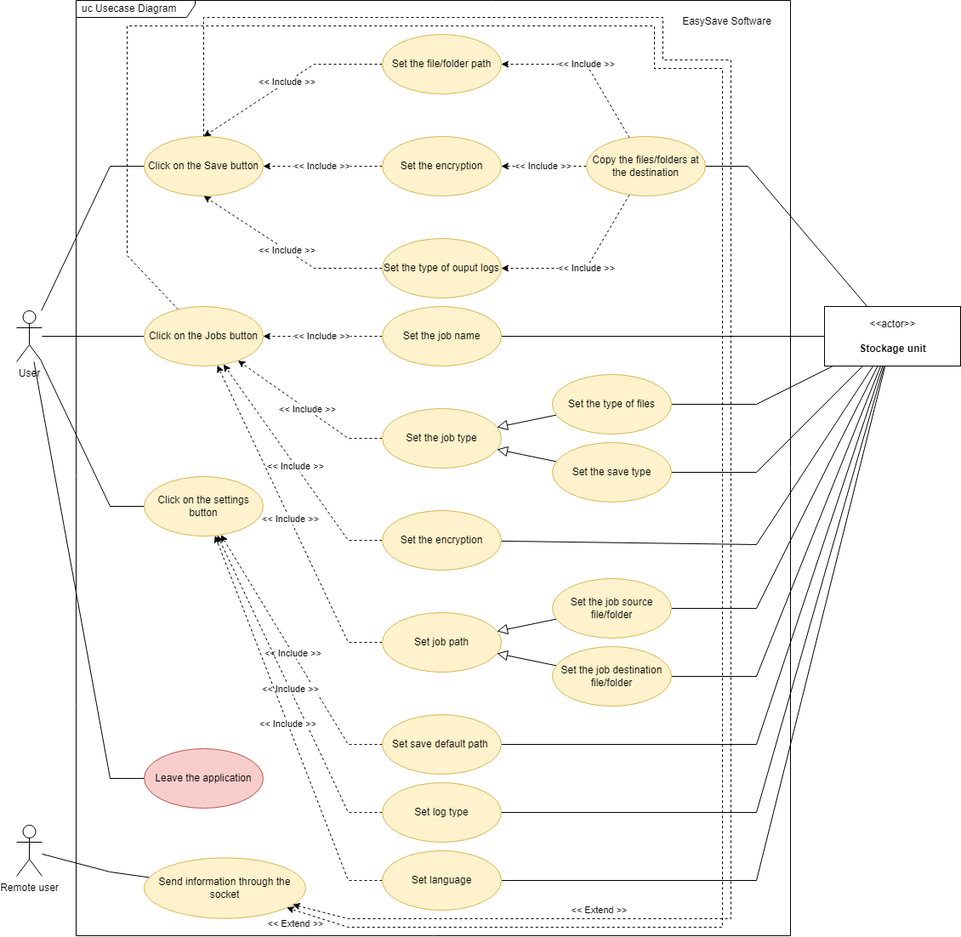
The draw.io diagram CDC/3.0/usecase_diagram.png in Atineon/easysave_production, before a commit. Source tidied: cells renumbered, new cells last; positions are measured from the earlier drawing's top-left corner, leaving out a move shared by most shapes.
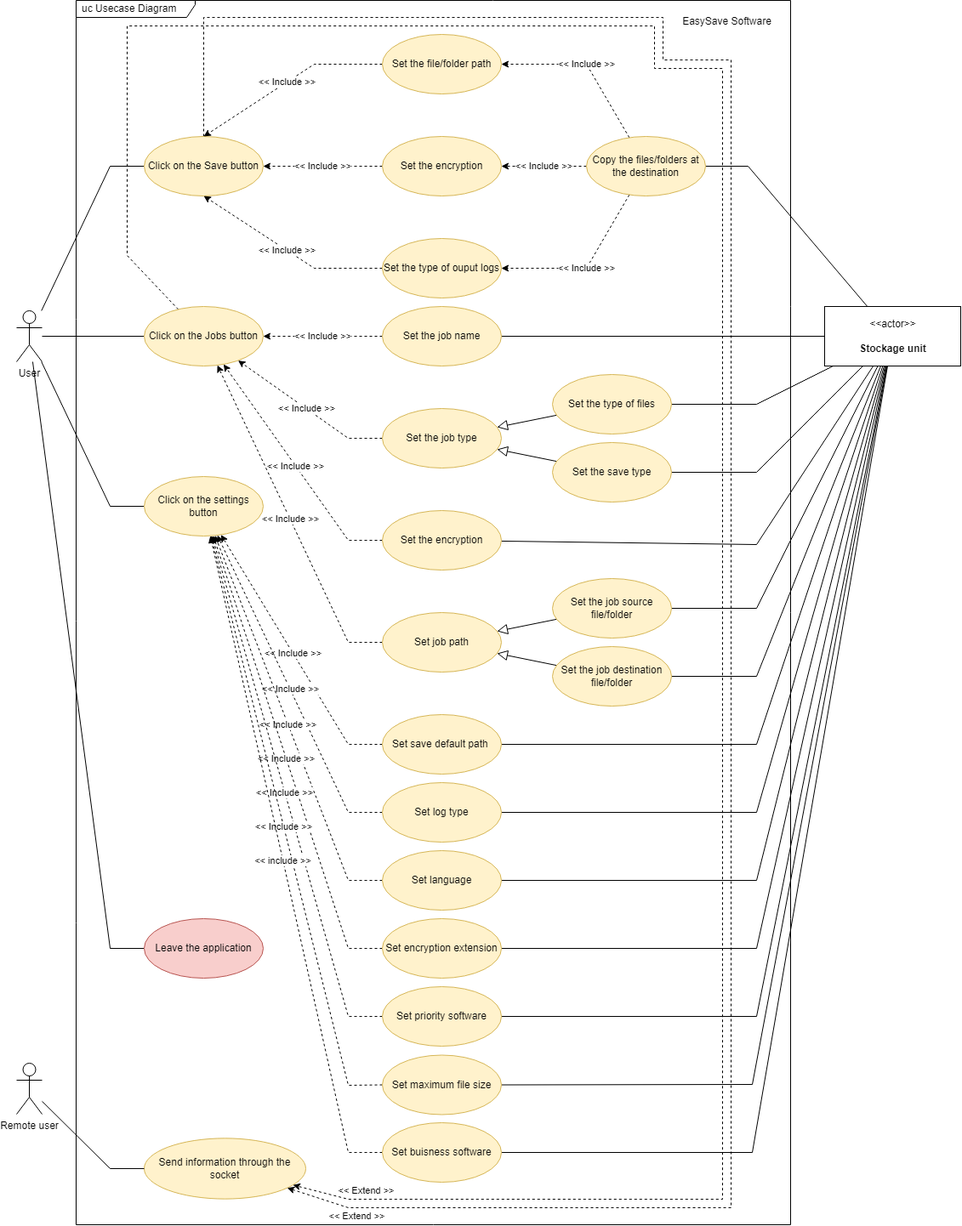
After the change.

What changed in the source:
```diff
@@ -3,16 +3,16 @@
     <mxCell id="0" />
     <mxCell id="1" parent="0" />
     <mxCell id="2" style="group;" parent="1" vertex="1">
-      <mxGeometry x="70" width="840" height="1100" as="geometry" />
+      <mxGeometry x="70" width="840" height="1440" as="geometry" />
     </mxCell>
     <mxCell id="3" value="uc Usecase Diagram" style="shape=umlFrame;whiteSpace=wrap;html=1;width=140;height=20;boundedLbl=1;verticalAlign=middle;align=left;spacingLeft=5;gradientColor=none;swimlaneFillColor=default;" parent="2" vertex="1">
-      <mxGeometry width="840" height="1100" as="geometry" />
+      <mxGeometry width="840" height="1440" as="geometry" />
     </mxCell>
     <mxCell id="4" value="EasySave Software" style="text;html=1;align=center;verticalAlign=middle;strokeColor=none;fillColor=none;" parent="2" vertex="1">
       <mxGeometry x="700" y="10.2" width="130" height="30" as="geometry" />
     </mxCell>
     <mxCell id="5" value="Send information through the socket" style="ellipse;whiteSpace=wrap;html=1;strokeColor=#d6b656;fillColor=#fff2cc;" parent="2" vertex="1">
-      <mxGeometry x="80" y="1008.3" width="190" height="71.3" as="geometry" />
+      <mxGeometry x="80" y="1338.3" width="190" height="71.3" as="geometry" />
     </mxCell>
     <mxCell id="6" style="edgeStyle=none;rounded=0;jettySize=auto;html=1;entryX=0;entryY=0.5;entryDx=0;entryDy=0;endArrow=none;endFill=0;" parent="1" edge="1" source="10" target="12">
       <mxGeometry relative="1" as="geometry">
@@ -34,7 +34,7 @@
     <mxCell id="9" style="edgeStyle=none;rounded=0;jettySize=auto;html=1;entryX=0;entryY=0.5;entryDx=0;entryDy=0;endArrow=none;endFill=0;" parent="1" edge="1" source="10" target="24">
       <mxGeometry relative="1" as="geometry">
         <Array as="points">
-          <mxPoint x="110" y="915" />
+          <mxPoint x="110" y="1115" />
         </Array>
       </mxGeometry>
     </mxCell>
@@ -42,14 +42,14 @@
       <mxGeometry y="365" width="30" height="60" as="geometry" />
     </mxCell>
     <mxCell id="11" value="&amp;lt;&amp;lt; Extend &amp;gt;&amp;gt;" style="edgeStyle=none;rounded=0;jettySize=auto;html=1;dashed=1;endArrow=classic;endFill=1;" parent="1" edge="1" source="12" target="5">
-      <mxGeometry x="0.99" y="21" relative="1" as="geometry">
+      <mxGeometry x="0.94" y="10" relative="1" as="geometry">
         <Array as="points">
           <mxPoint x="220" y="20" />
           <mxPoint x="760" y="20" />
           <mxPoint x="760" y="70" />
           <mxPoint x="840" y="70" />
-          <mxPoint x="840" y="1080" />
-          <mxPoint x="390" y="1080" />
+          <mxPoint x="840" y="1420" />
+          <mxPoint x="390" y="1420" />
         </Array>
       </mxGeometry>
     </mxCell>
@@ -122,21 +122,21 @@
       </mxGeometry>
     </mxCell>
     <mxCell id="24" value="Leave the application" style="ellipse;whiteSpace=wrap;html=1;strokeColor=#b85450;fillColor=#f8cecc;" parent="1" vertex="1">
-      <mxGeometry x="150" y="880" width="140" height="70" as="geometry" />
+      <mxGeometry x="150" y="1080" width="140" height="70" as="geometry" />
     </mxCell>
     <mxCell id="25" value="Click on the settings button" style="ellipse;whiteSpace=wrap;html=1;strokeColor=#d6b656;fillColor=#fff2cc;" parent="1" vertex="1">
       <mxGeometry x="150" y="560" width="140" height="70" as="geometry" />
     </mxCell>
     <mxCell id="26" value="&amp;lt;&amp;lt; Extend &amp;gt;&amp;gt;" style="edgeStyle=none;rounded=0;jettySize=auto;html=1;dashed=1;endArrow=classic;endFill=1;" parent="1" edge="1" source="27" target="5">
-      <mxGeometry x="0.72" y="-20" relative="1" as="geometry">
+      <mxGeometry x="0.94" y="-10" relative="1" as="geometry">
         <Array as="points">
           <mxPoint x="130" y="300" />
           <mxPoint x="130" y="30" />
           <mxPoint x="750" y="30" />
           <mxPoint x="750" y="80" />
           <mxPoint x="830" y="80" />
-          <mxPoint x="830" y="1090" />
-          <mxPoint x="390" y="1090" />
+          <mxPoint x="830" y="1410" />
+          <mxPoint x="390" y="1410" />
         </Array>
       </mxGeometry>
     </mxCell>
@@ -286,12 +286,80 @@
     <mxCell id="60" style="rounded=0;jettySize=auto;html=1;endArrow=none;endFill=0;" parent="1" edge="1" source="61" target="5">
       <mxGeometry relative="1" as="geometry">
         <Array as="points">
-          <mxPoint x="110" y="1025" />
+          <mxPoint x="110" y="1374" />
         </Array>
       </mxGeometry>
     </mxCell>
     <mxCell id="61" value="Remote user" style="shape=umlActor;verticalLabelPosition=bottom;verticalAlign=top;html=1;" parent="1" vertex="1">
-      <mxGeometry y="970" width="30" height="60" as="geometry" />
+      <mxGeometry y="1250" width="30" height="60" as="geometry" />
     </mxCell>
+    <mxCell id="62" value="&amp;lt;&amp;lt; Include &amp;gt;&amp;gt;" style="edgeStyle=none;rounded=0;jettySize=auto;html=1;dashed=1;" parent="1" edge="1" source="64" target="25">
+      <mxGeometry relative="1" as="geometry">
+        <Array as="points">
+          <mxPoint x="390" y="1115" />
+        </Array>
+      </mxGeometry>
+    </mxCell>
+    <mxCell id="63" style="edgeStyle=none;rounded=0;jettySize=auto;html=1;endArrow=none;endFill=0;" parent="1" edge="1" source="64" target="20">
+      <mxGeometry relative="1" as="geometry">
+        <Array as="points">
+          <mxPoint x="870" y="1115" />
+        </Array>
+      </mxGeometry>
+    </mxCell>
+    <mxCell id="64" value="Set encryption extension" style="ellipse;whiteSpace=wrap;html=1;strokeColor=#d6b656;fillColor=#fff2cc;" parent="1" vertex="1">
+      <mxGeometry x="430" y="1080" width="140" height="70" as="geometry" />
+    </mxCell>
+    <mxCell id="65" value="&amp;lt;&amp;lt; Include &amp;gt;&amp;gt;" style="edgeStyle=none;rounded=0;jettySize=auto;html=1;dashed=1;" parent="1" edge="1" source="67" target="25">
+      <mxGeometry relative="1" as="geometry">
+        <Array as="points">
+          <mxPoint x="390" y="1195" />
+        </Array>
+      </mxGeometry>
+    </mxCell>
+    <mxCell id="66" style="edgeStyle=none;rounded=0;jettySize=auto;html=1;endArrow=none;endFill=0;" parent="1" edge="1" source="67" target="20">
+      <mxGeometry relative="1" as="geometry">
+        <Array as="points">
+          <mxPoint x="870" y="1195" />
+        </Array>
+      </mxGeometry>
+    </mxCell>
+    <mxCell id="67" value="Set priority software" style="ellipse;whiteSpace=wrap;html=1;strokeColor=#d6b656;fillColor=#fff2cc;" parent="1" vertex="1">
+      <mxGeometry x="430" y="1160" width="140" height="70" as="geometry" />
+    </mxCell>
+    <mxCell id="68" value="&amp;lt;&amp;lt; Include &amp;gt;&amp;gt;" style="edgeStyle=none;rounded=0;jettySize=auto;html=1;dashed=1;" parent="1" edge="1" source="70" target="25">
+      <mxGeometry relative="1" as="geometry">
+        <Array as="points">
+          <mxPoint x="390" y="1276" />
+        </Array>
+      </mxGeometry>
+    </mxCell>
+    <mxCell id="69" style="edgeStyle=none;rounded=0;jettySize=auto;html=1;endArrow=none;endFill=0;" parent="1" edge="1" source="70" target="20">
+      <mxGeometry relative="1" as="geometry">
+        <Array as="points">
+          <mxPoint x="865" y="1275" />
+        </Array>
+      </mxGeometry>
+    </mxCell>
+    <mxCell id="70" value="Set maximum file size" style="ellipse;whiteSpace=wrap;html=1;strokeColor=#d6b656;fillColor=#fff2cc;" parent="1" vertex="1">
+      <mxGeometry x="430" y="1240.5" width="140" height="70" as="geometry" />
+    </mxCell>
+    <mxCell id="71" value="&amp;lt;&amp;lt; include &amp;gt;&amp;gt;" style="edgeStyle=none;rounded=0;jettySize=auto;html=1;dashed=1;" parent="1" edge="1" source="73" target="25">
+      <mxGeometry relative="1" as="geometry">
+        <Array as="points">
+          <mxPoint x="390" y="1355" />
+        </Array>
+      </mxGeometry>
+    </mxCell>
+    <mxCell id="72" style="edgeStyle=none;rounded=0;jettySize=auto;html=1;endArrow=none;endFill=0;" parent="1" edge="1" source="73" target="20">
+      <mxGeometry relative="1" as="geometry">
+        <Array as="points">
+          <mxPoint x="865" y="1355" />
+        </Array>
+      </mxGeometry>
+    </mxCell>
+    <mxCell id="73" value="Set buisness software" style="ellipse;whiteSpace=wrap;html=1;strokeColor=#d6b656;fillColor=#fff2cc;" parent="1" vertex="1">
+      <mxGeometry x="430" y="1320" width="140" height="70" as="geometry" />
+    </mxCell>
   </root>
 </mxGraphModel>
```
